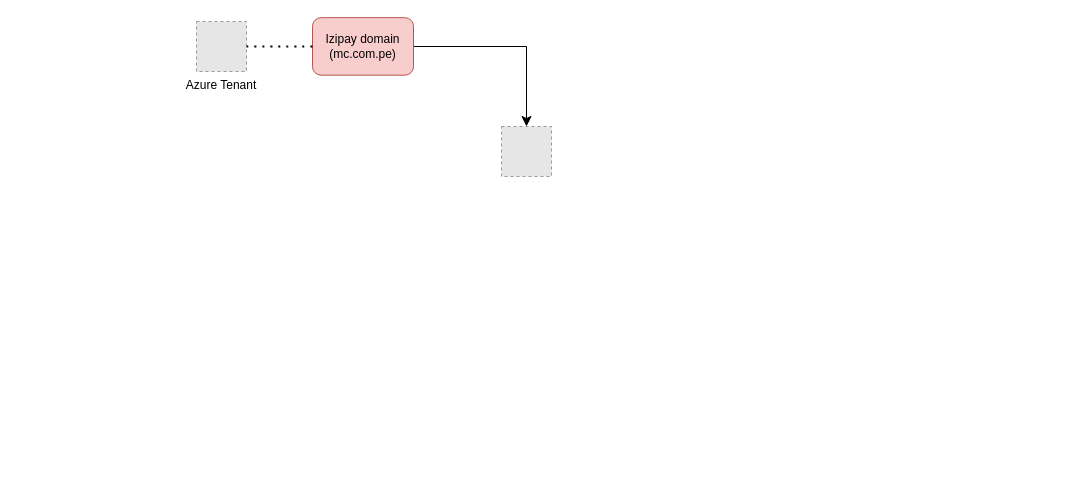
Earlier version of the draw.io diagram Arquitectura Azure.drawio (jcdiazz/Diagramas). Source tidied: cells renumbered, new cells numbered last; positions are measured from the earlier drawing's top-left corner, leaving out a move shared by most shapes. Both pictures are drawn from the tidied source at 100%, with x=0, y=0 at pixel (196, 17). Pictures stored in the file or linked from it are replaced by grey dashed boxes.
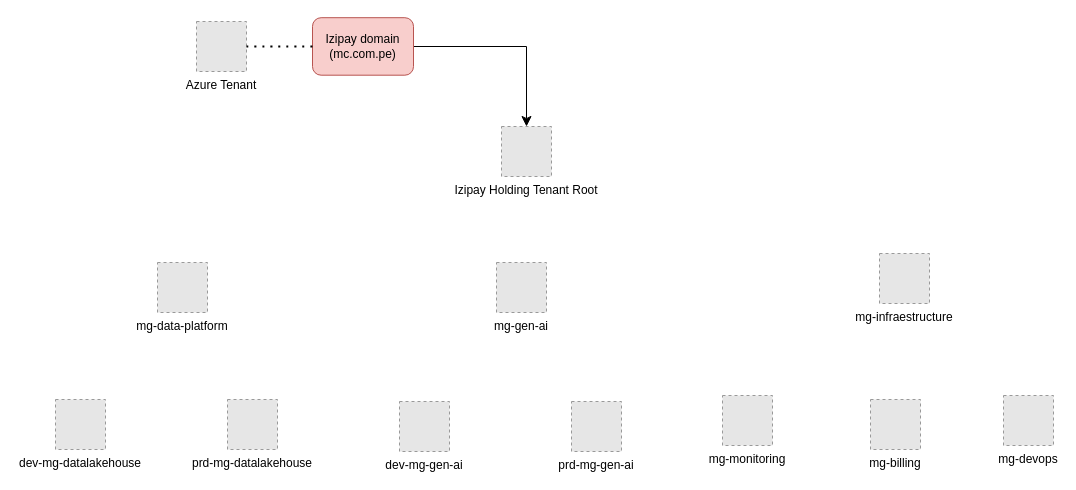
The same page after the edit.

The edit, as a diff of the source:
```diff
@@
 <mxGraphModel>
   <root>
     <mxCell id="0" />
     <mxCell id="1" parent="0" />
     <mxCell id="2" value="Azure Tenant" style="fillColor=#E6E6E6;strokeColor=#999999;dashed=1;verticalLabelPosition=bottom;labelBackgroundColor=default;verticalAlign=top;" parent="1" vertex="1">
       <mxGeometry y="4" width="50" height="50" as="geometry" />
     </mxCell>
     <mxCell id="3" style="edgeStyle=orthogonalEdgeStyle;rounded=0;jettySize=auto;html=1;entryX=0.5;entryY=0;entryDx=0;entryDy=0;fontSize=12;startSize=8;endSize=8;" parent="1" edge="1" source="4" target="6">
       <mxGeometry relative="1" as="geometry" />
     </mxCell>
     <mxCell id="4" value="Izipay domain&lt;div&gt;(mc.com.pe)&lt;/div&gt;" style="rounded=1;whiteSpace=wrap;html=1;fillColor=#f8cecc;strokeColor=#b85450;" parent="1" vertex="1">
       <mxGeometry x="116" y="0.2" width="101" height="57.5" as="geometry" />
     </mxCell>
     <mxCell id="5" style="endArrow=none;dashed=1;html=1;dashPattern=1 3;strokeWidth=2;rounded=0;fontSize=12;startSize=8;endSize=8;curved=1;exitX=1;exitY=0.5;exitDx=0;exitDy=0;entryX=0;entryY=0.5;entryDx=0;entryDy=0;" parent="1" edge="1" source="2" target="4">
       <mxGeometry relative="1" as="geometry" />
     </mxCell>
-    <mxCell id="6" style="fillColor=#E6E6E6;strokeColor=#999999;dashed=1;verticalLabelPosition=bottom;labelBackgroundColor=default;verticalAlign=top;rotation=0;" parent="1" vertex="1">
+    <mxCell id="6" value="Izipay Holding Tenant Root" style="fillColor=#E6E6E6;strokeColor=#999999;dashed=1;verticalLabelPosition=bottom;labelBackgroundColor=default;verticalAlign=top;rotation=0;" parent="1" vertex="1">
       <mxGeometry x="305" y="109" width="50" height="50" as="geometry" />
     </mxCell>
+    <mxCell id="7" value="mg-data-platform" style="fillColor=#E6E6E6;strokeColor=#999999;dashed=1;verticalLabelPosition=bottom;labelBackgroundColor=default;verticalAlign=top;rotation=0;" parent="1" vertex="1">
+      <mxGeometry x="-39" y="245" width="50" height="50" as="geometry" />
+    </mxCell>
+    <mxCell id="8" value="mg-gen-ai" style="fillColor=#E6E6E6;strokeColor=#999999;dashed=1;verticalLabelPosition=bottom;labelBackgroundColor=default;verticalAlign=top;rotation=0;" parent="1" vertex="1">
+      <mxGeometry x="300" y="245" width="50" height="50" as="geometry" />
+    </mxCell>
+    <mxCell id="9" value="mg-infraestructure" style="fillColor=#E6E6E6;strokeColor=#999999;dashed=1;verticalLabelPosition=bottom;labelBackgroundColor=default;verticalAlign=top;rotation=0;" parent="1" vertex="1">
+      <mxGeometry x="683" y="236" width="50" height="50" as="geometry" />
+    </mxCell>
+    <mxCell id="10" value="dev-mg-datalakehouse" style="fillColor=#E6E6E6;strokeColor=#999999;dashed=1;verticalLabelPosition=bottom;labelBackgroundColor=default;verticalAlign=top;rotation=0;" parent="1" vertex="1">
+      <mxGeometry x="-141" y="382" width="50" height="50" as="geometry" />
+    </mxCell>
+    <mxCell id="11" value="prd-mg-datalakehouse" style="fillColor=#E6E6E6;strokeColor=#999999;dashed=1;verticalLabelPosition=bottom;labelBackgroundColor=default;verticalAlign=top;rotation=0;" parent="1" vertex="1">
+      <mxGeometry x="31" y="382" width="50" height="50" as="geometry" />
+    </mxCell>
+    <mxCell id="12" value="dev-mg-gen-ai" style="fillColor=#E6E6E6;strokeColor=#999999;dashed=1;verticalLabelPosition=bottom;labelBackgroundColor=default;verticalAlign=top;rotation=0;" parent="1" vertex="1">
+      <mxGeometry x="203" y="384" width="50" height="50" as="geometry" />
+    </mxCell>
+    <mxCell id="13" value="prd-mg-gen-ai" style="fillColor=#E6E6E6;strokeColor=#999999;dashed=1;verticalLabelPosition=bottom;labelBackgroundColor=default;verticalAlign=top;rotation=0;" parent="1" vertex="1">
+      <mxGeometry x="375" y="384" width="50" height="50" as="geometry" />
+    </mxCell>
+    <mxCell id="14" value="mg-monitoring" style="fillColor=#E6E6E6;strokeColor=#999999;dashed=1;verticalLabelPosition=bottom;labelBackgroundColor=default;verticalAlign=top;rotation=0;" parent="1" vertex="1">
+      <mxGeometry x="526" y="378" width="50" height="50" as="geometry" />
+    </mxCell>
+    <mxCell id="15" value="mg-billing" style="fillColor=#E6E6E6;strokeColor=#999999;dashed=1;verticalLabelPosition=bottom;labelBackgroundColor=default;verticalAlign=top;rotation=0;" parent="1" vertex="1">
+      <mxGeometry x="674" y="382" width="50" height="50" as="geometry" />
+    </mxCell>
+    <mxCell id="16" value="mg-devops" style="fillColor=#E6E6E6;strokeColor=#999999;dashed=1;verticalLabelPosition=bottom;labelBackgroundColor=default;verticalAlign=top;rotation=0;" parent="1" vertex="1">
+      <mxGeometry x="807" y="378" width="50" height="50" as="geometry" />
+    </mxCell>
   </root>
 </mxGraphModel>
```
